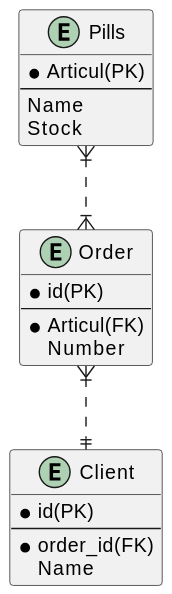
Before: lab1/pharmacy.svg, a diagram exported from PlantUML (karseny99/dataBaseCourse).
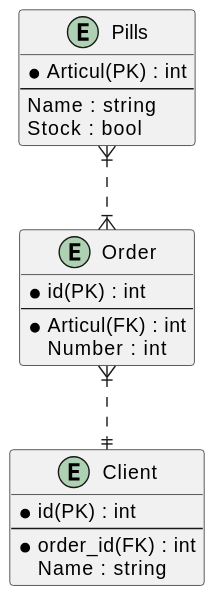
The same diagram one commit later.

Commit message:
diagrams extended

Change to the diagram source:
```diff
@@ -1,23 +1,23 @@
 @startuml
 entity Pills {
-  *Articul(PK)
+  *Articul(PK) : int
   --
-  Name
-  Stock
+  Name : string
+  Stock : bool
 }
 
 entity Order {
-  *id(PK)
+  *id(PK) : int
   --
-  *Articul(FK)
-  Number
+  *Articul(FK) : int
+  Number : int
 }
 
 entity Client {
-  *id(PK)
+  *id(PK) : int
   --
-  *order_id(FK)
-  Name
+  *order_id(FK) : int
+  Name : string
 }
 
 Order }|..|| Client
```
